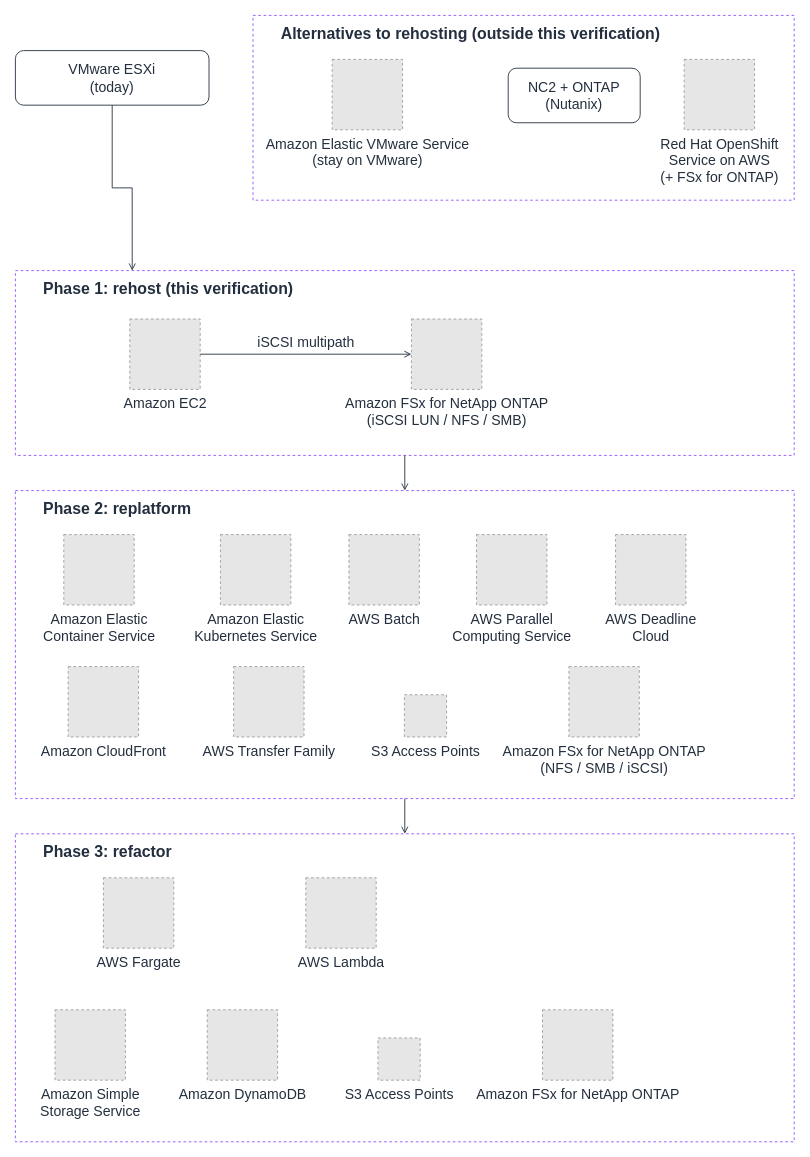
This is docs/_assets/diagrams/atx-fsxn-migration-journey-en.drawio from Yoshiki0705/VMware-Migration-EC2-ONTAP, a draw.io file, before an edit. Source tidied: cells renumbered, new cells numbered last; positions are measured from the earlier drawing's top-left corner, leaving out a move shared by most shapes. Both pictures are drawn from the tidied source at 88%, with x=0, y=0 at pixel (15, 15). Pictures stored in the file or linked from it are replaced by grey dashed boxes.
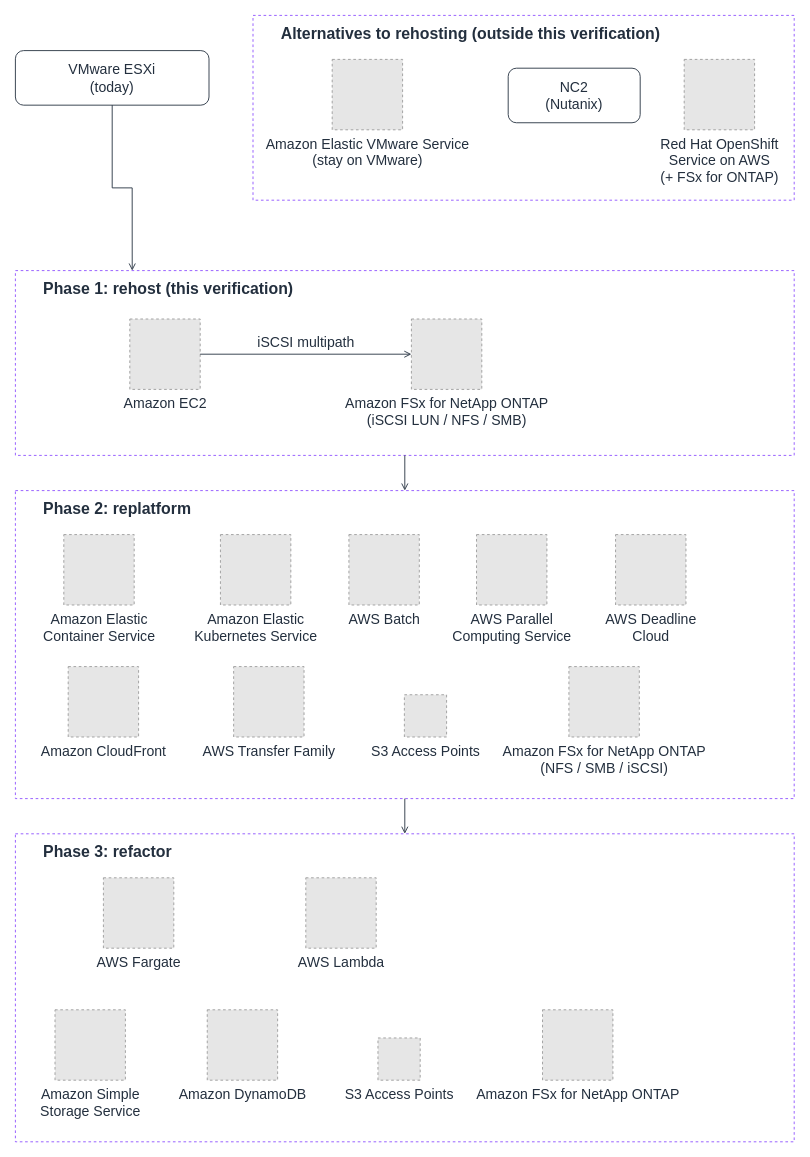
The same diagram, later.

The edit, as a diff of the source:
```diff
@@
-    <mxCell id="7" value="NC2 + ONTAP&#10;(Nutanix)" style="rounded=1;whiteSpace=wrap;html=1;strokeColor=#232F3E;fillColor=none;fontColor=#232F3E;fontSize=16;verticalAlign=middle;align=center;" parent="1" vertex="1">
+    <mxCell id="7" value="NC2&#10;(Nutanix)" style="rounded=1;whiteSpace=wrap;html=1;strokeColor=#232F3E;fillColor=none;fontColor=#232F3E;fontSize=16;verticalAlign=middle;align=center;" parent="1" vertex="1">
       <mxGeometry x="560" y="60" width="150" height="62" as="geometry" />
     </mxCell>
```
